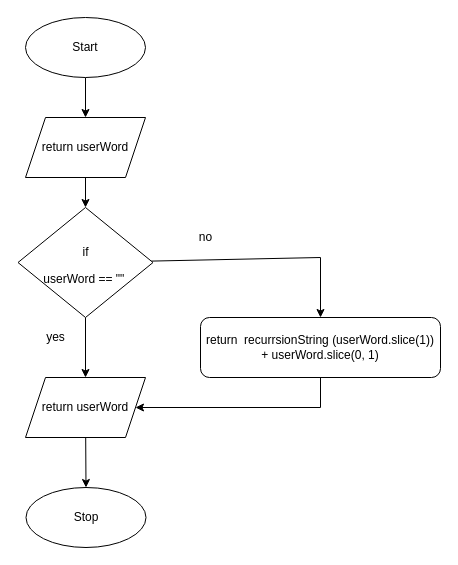
Before: flowchart.drawio in Troy-Appleby/Unit3-01, a draw.io diagram. Source tidied: cells renumbered, new cells numbered last; positions are measured from the earlier drawing's top-left corner, leaving out a move shared by most shapes. Both pictures are drawn from the tidied source at 100%, with x=0, y=0 at pixel (18, 17).
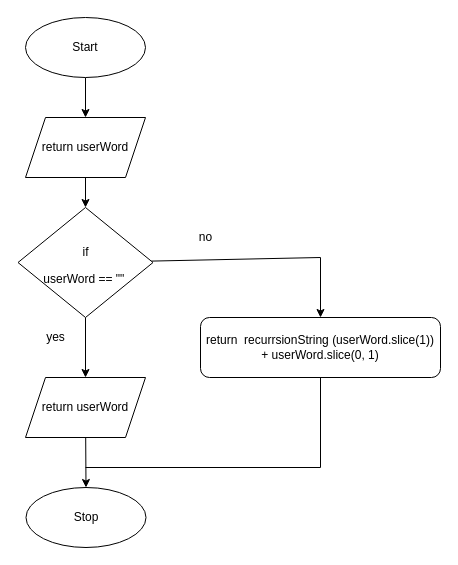
The same page after the edit.

What changed in the source:
```diff
@@
 <mxGraphModel>
   <root>
     <mxCell id="0" />
     <mxCell id="1" parent="0" />
     <mxCell id="2" style="edgeStyle=none;html=1;entryX=0.5;entryY=0;entryDx=0;entryDy=0;" parent="1" edge="1" source="3" target="15">
       <mxGeometry relative="1" as="geometry" />
     </mxCell>
     <mxCell id="3" value="Start" style="ellipse;whiteSpace=wrap;html=1;" parent="1" vertex="1">
       <mxGeometry x="7" width="120" height="60" as="geometry" />
     </mxCell>
     <mxCell id="4" value="Stop" style="ellipse;whiteSpace=wrap;html=1;" parent="1" vertex="1">
       <mxGeometry x="7.5" y="470" width="120" height="60" as="geometry" />
     </mxCell>
     <mxCell id="5" style="edgeStyle=none;html=1;entryX=0.5;entryY=0;entryDx=0;entryDy=0;fontSize=12;" parent="1" edge="1" source="7" target="11">
       <mxGeometry relative="1" as="geometry" />
     </mxCell>
     <mxCell id="6" style="edgeStyle=none;html=1;entryX=0.5;entryY=0;entryDx=0;entryDy=0;rounded=0;" parent="1" edge="1" source="7" target="13">
       <mxGeometry relative="1" as="geometry">
         <Array as="points">
           <mxPoint x="302" y="240" />
         </Array>
       </mxGeometry>
     </mxCell>
     <mxCell id="7" value="&lt;font style=&quot;font-size: 12px&quot;&gt;if &lt;br&gt;userWord == &quot;&quot;&amp;nbsp;&lt;/font&gt;" style="rhombus;whiteSpace=wrap;html=1;fontSize=22;" parent="1" vertex="1">
       <mxGeometry x="-0.5" y="190" width="135" height="110" as="geometry" />
     </mxCell>
     <mxCell id="8" value="no" style="text;html=1;align=center;verticalAlign=middle;strokeColor=none;fillColor=none;fontSize=12;" parent="1" vertex="1">
       <mxGeometry x="172" y="210" width="30" height="20" as="geometry" />
     </mxCell>
     <mxCell id="9" value="yes" style="text;html=1;align=center;verticalAlign=middle;strokeColor=none;fillColor=none;fontSize=12;" parent="1" vertex="1">
       <mxGeometry x="22" y="310" width="30" height="20" as="geometry" />
     </mxCell>
     <mxCell id="10" style="edgeStyle=none;html=1;entryX=0.5;entryY=0;entryDx=0;entryDy=0;" parent="1" edge="1" source="11" target="4">
       <mxGeometry relative="1" as="geometry" />
     </mxCell>
     <mxCell id="11" value="return userWord" style="shape=parallelogram;perimeter=parallelogramPerimeter;whiteSpace=wrap;html=1;fixedSize=1;" parent="1" vertex="1">
       <mxGeometry x="7" y="360" width="120" height="60" as="geometry" />
     </mxCell>
-    <mxCell id="12" style="edgeStyle=none;html=1;entryX=1;entryY=0.5;entryDx=0;entryDy=0;rounded=0;" parent="1" edge="1" source="13" target="11">
+    <mxCell id="12" style="edgeStyle=none;html=1;rounded=0;endArrow=none;endFill=0;" parent="1" edge="1" source="13">
       <mxGeometry relative="1" as="geometry">
+        <mxPoint x="67" y="450" as="targetPoint" />
         <Array as="points">
-          <mxPoint x="302" y="390" />
+          <mxPoint x="302" y="450" />
         </Array>
       </mxGeometry>
     </mxCell>
     <mxCell id="13" value="return&amp;nbsp; recurrsionString (userWord.slice(1)) + userWord.slice(0, 1)" style="rounded=1;whiteSpace=wrap;html=1;" parent="1" vertex="1">
       <mxGeometry x="182" y="300" width="240" height="60" as="geometry" />
     </mxCell>
     <mxCell id="14" style="edgeStyle=none;html=1;entryX=0.5;entryY=0;entryDx=0;entryDy=0;" parent="1" edge="1" source="15" target="7">
       <mxGeometry relative="1" as="geometry" />
     </mxCell>
     <mxCell id="15" value="return userWord" style="shape=parallelogram;perimeter=parallelogramPerimeter;whiteSpace=wrap;html=1;fixedSize=1;" parent="1" vertex="1">
       <mxGeometry x="7" y="100" width="120" height="60" as="geometry" />
     </mxCell>
   </root>
 </mxGraphModel>
```
